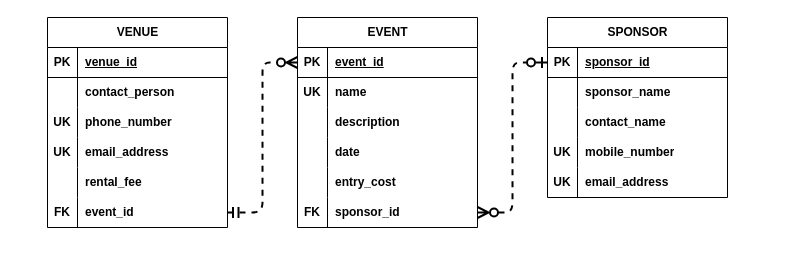
This is page "P0203b" (2 of 3) of relational-database-design/chapter2/P0203.drawio from qichendev/assignments, a draw.io file, before an edit. Source tidied: cells renumbered, new cells numbered last; positions are measured from the earlier drawing's top-left corner, leaving out a move shared by most shapes. Both pictures are drawn from the tidied source at 100%, with x=0, y=0 at pixel (47, 17).
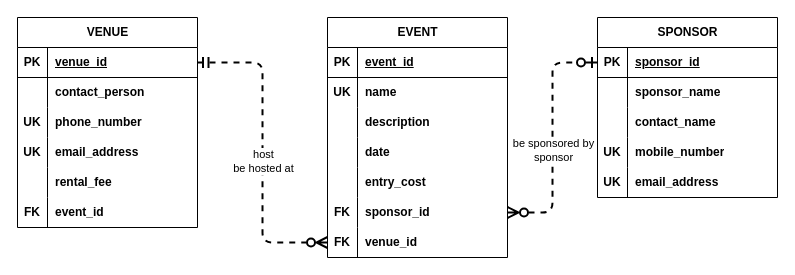
The same page after the edit.

The change refers to these unchanged cells:
```xml
<mxCell id="3" style="shape=tableRow;horizontal=0;startSize=0;swimlaneHead=0;swimlaneBody=0;fillColor=none;points=[[0,0.5],[1,0.5]];portConstraint=eastwest;top=0;left=0;right=0;bottom=1;" parent="2" vertex="1">
  <mxGeometry y="30" width="180" height="30" as="geometry" />
</mxCell>
<mxCell id="18" style="shape=tableRow;horizontal=0;startSize=0;swimlaneHead=0;swimlaneBody=0;fillColor=none;points=[[0,0.5],[1,0.5]];portConstraint=eastwest;top=0;left=0;right=0;bottom=0;" parent="2" vertex="1">
  <mxGeometry y="180" width="180" height="30" as="geometry" />
</mxCell>
<mxCell id="22" style="shape=tableRow;horizontal=0;startSize=0;swimlaneHead=0;swimlaneBody=0;fillColor=none;points=[[0,0.5],[1,0.5]];portConstraint=eastwest;top=0;left=0;right=0;bottom=1;" parent="21" vertex="1">
  <mxGeometry y="30" width="180" height="30" as="geometry" />
</mxCell>
<mxCell id="37" style="shape=tableRow;horizontal=0;startSize=0;swimlaneHead=0;swimlaneBody=0;fillColor=none;points=[[0,0.5],[1,0.5]];portConstraint=eastwest;top=0;left=0;right=0;bottom=0;fontStyle=0;" parent="21" vertex="1">
  <mxGeometry y="180" width="180" height="30" as="geometry" />
</mxCell>
<mxCell id="41" style="shape=tableRow;horizontal=0;startSize=0;swimlaneHead=0;swimlaneBody=0;fillColor=none;points=[[0,0.5],[1,0.5]];portConstraint=eastwest;top=0;left=0;right=0;bottom=1;" parent="40" vertex="1">
  <mxGeometry y="30" width="180" height="30" as="geometry" />
</mxCell>
```

Change to the diagram source:
```diff
@@
     <mxCell id="2" value="EVENT" style="shape=table;startSize=30;childLayout=tableLayout;rowLines=0;fontStyle=1;align=center;html=1;" parent="1" vertex="1">
-      <mxGeometry x="250" width="180" height="210" as="geometry" />
+      <mxGeometry x="280" width="180" height="240" as="geometry" />
     </mxCell>
@@
+    <mxCell id="58" style="shape=tableRow;horizontal=0;startSize=0;swimlaneHead=0;swimlaneBody=0;fillColor=none;points=[[0,0.5],[1,0.5]];portConstraint=eastwest;top=0;left=0;right=0;bottom=0;" parent="2" vertex="1">
+      <mxGeometry y="210" width="180" height="30" as="geometry" />
+    </mxCell>
+    <mxCell id="59" value="FK" style="shape=partialRectangle;fillColor=none;top=0;left=0;bottom=0;right=0;overflow=hidden;whiteSpace=wrap;html=1;fontStyle=1;" parent="58" vertex="1">
+      <mxGeometry width="30" height="30" as="geometry" />
+    </mxCell>
+    <mxCell id="60" value="venue_id" style="shape=partialRectangle;fillColor=none;top=0;left=0;bottom=0;right=0;align=left;spacingLeft=6;overflow=hidden;whiteSpace=wrap;html=1;fontStyle=1;" parent="58" vertex="1">
+      <mxGeometry x="30" width="150" height="30" as="geometry" />
+    </mxCell>
     <mxCell id="21" value="VENUE" style="shape=table;startSize=30;childLayout=tableLayout;rowLines=0;fontStyle=1;align=center;html=1;" parent="1" vertex="1">
-      <mxGeometry width="180" height="210" as="geometry" />
+      <mxGeometry x="-30" width="180" height="210" as="geometry" />
     </mxCell>
@@
     <mxCell id="40" value="SPONSOR" style="shape=table;startSize=30;childLayout=tableLayout;rowLines=0;fontStyle=1;align=center;html=1;" parent="1" vertex="1">
-      <mxGeometry x="500" width="180" height="180" as="geometry" />
+      <mxGeometry x="550" width="180" height="180" as="geometry" />
     </mxCell>
@@
-    <mxCell id="56" style="edgeStyle=elbowEdgeStyle;fontSize=12;html=1;endArrow=ERzeroToMany;startArrow=ERmandOne;rounded=1;endSize=8;startSize=8;strokeWidth=2;dashed=1;jumpStyle=none;curved=0;entryX=0;entryY=0.5;entryDx=0;entryDy=0;exitX=1;exitY=0.5;exitDx=0;exitDy=0;startFill=0;endFill=0;" parent="1" edge="1" source="37" target="3">
+    <mxCell id="56" style="edgeStyle=elbowEdgeStyle;fontSize=12;html=1;endArrow=ERzeroToMany;startArrow=ERmandOne;rounded=1;endSize=8;startSize=8;strokeWidth=2;dashed=1;jumpStyle=none;curved=0;entryX=0;entryY=0.5;entryDx=0;entryDy=0;exitX=1;exitY=0.5;exitDx=0;exitDy=0;startFill=0;endFill=0;" parent="1" edge="1" source="22" target="58">
       <mxGeometry relative="1" as="geometry" />
     </mxCell>
+    <mxCell id="61" value="host&lt;div&gt;be hosted at&lt;/div&gt;" style="edgeLabel;html=1;align=center;verticalAlign=middle;" parent="56" vertex="1">
+      <mxGeometry x="0.05" relative="1" as="geometry" />
+    </mxCell>
-    <mxCell id="57" style="edgeStyle=elbowEdgeStyle;fontSize=12;html=1;endArrow=ERzeroToOne;startArrow=ERzeroToMany;rounded=1;endSize=8;startSize=8;strokeWidth=2;dashed=1;jumpStyle=none;curved=0;entryX=0;entryY=0.5;entryDx=0;entryDy=0;exitX=1;exitY=0.5;exitDx=0;exitDy=0;startFill=0;endFill=0;" parent="1" edge="1" source="18" target="41">
+    <mxCell id="57" style="edgeStyle=elbowEdgeStyle;fontSize=12;html=1;endArrow=ERzeroToOne;startArrow=ERzeroToMany;rounded=1;endSize=8;startSize=8;strokeWidth=2;dashed=1;jumpStyle=none;curved=0;entryX=0;entryY=0.5;entryDx=0;entryDy=0;exitX=1;exitY=0.5;exitDx=0;exitDy=0;startFill=0;endFill=0;elbow=horizontal;" parent="1" edge="1" source="18" target="41">
       <mxGeometry relative="1" as="geometry" />
     </mxCell>
+    <mxCell id="62" value="be sponsored by&lt;div&gt;sponsor&lt;/div&gt;" style="edgeLabel;html=1;align=center;verticalAlign=middle;" parent="57" vertex="1">
+      <mxGeometry x="-0.1" relative="1" as="geometry" />
+    </mxCell>
```
